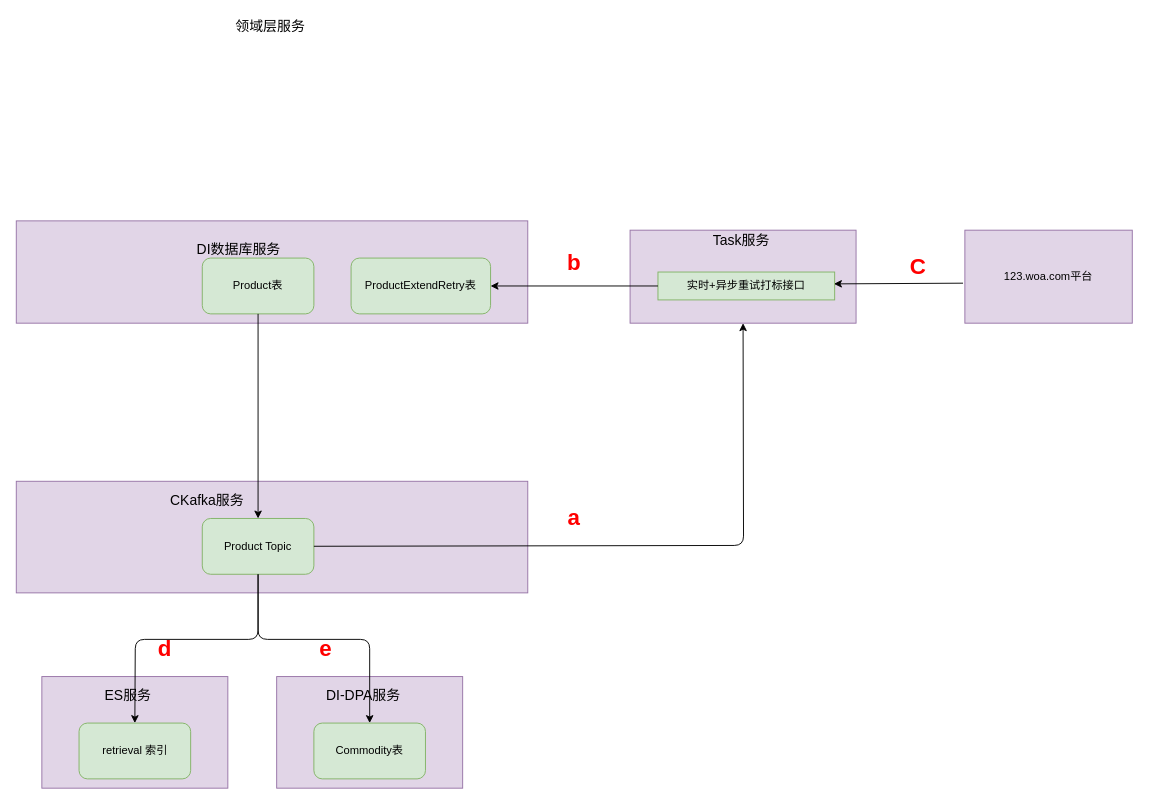
The draw.io diagram 中央商品库打表数据同步.drawio in weizheng1990s/Diagram, before the edit. Source tidied: cells renumbered, new cells numbered last; positions are measured from the earlier drawing's top-left corner, leaving out a move shared by most shapes. Both pictures are drawn from the tidied source at 93%, with x=0, y=0 at pixel (16, 16).
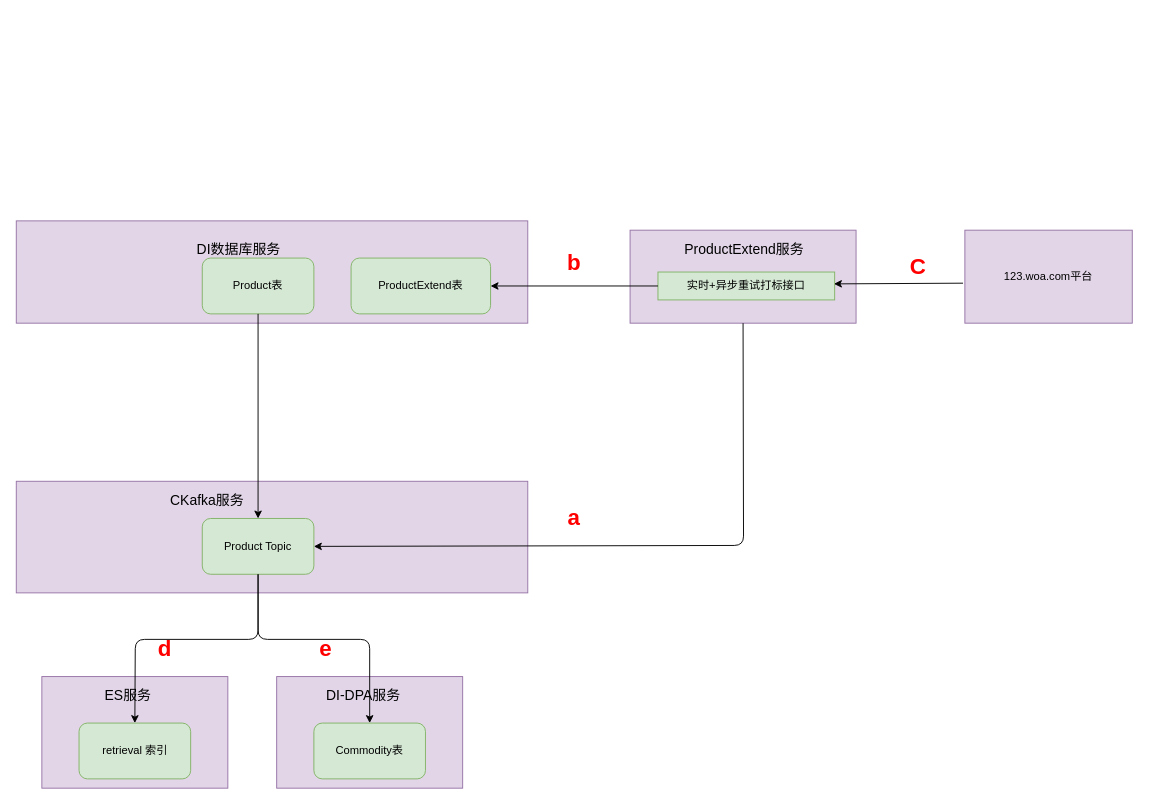
The same page after the edit.

Commit message:
Update 中央商品库打表数据同步.drawio

Unchanged cells that the change refers to:
```xml
<mxCell id="7" style="rounded=0;whiteSpace=wrap;html=1;fillColor=#e1d5e7;strokeColor=#9673a6;" parent="1" vertex="1">
  <mxGeometry x="660" y="230" width="243" height="100" as="geometry" />
</mxCell>
<mxCell id="18" value="Product Topic" style="rounded=1;whiteSpace=wrap;html=1;fillColor=#d5e8d4;strokeColor=#82b366;" parent="1" vertex="1">
  <mxGeometry x="200" y="540" width="120" height="60" as="geometry" />
</mxCell>
```

Diff of the diagram source:
```diff
@@
-    <mxCell id="4" value="ProductExtendRetry表" style="rounded=1;whiteSpace=wrap;html=1;fillColor=#d5e8d4;strokeColor=#82b366;" parent="1" vertex="1">
+    <mxCell id="4" value="ProductExtend表" style="rounded=1;whiteSpace=wrap;html=1;fillColor=#d5e8d4;strokeColor=#82b366;" parent="1" vertex="1">
       <mxGeometry x="360" y="260" width="150" height="60" as="geometry" />
     </mxCell>
@@
-    <mxCell id="9" value="领域层服务&amp;nbsp;" style="text;html=1;strokeColor=none;fillColor=none;align=center;verticalAlign=middle;whiteSpace=wrap;rounded=0;fontSize=15;" parent="1" vertex="1">
-      <mxGeometry x="227.5" width="95" height="20" as="geometry" />
-    </mxCell>
@@
-    <mxCell id="11" value="Task服务&amp;nbsp;" style="text;html=1;strokeColor=none;fillColor=none;align=center;verticalAlign=middle;whiteSpace=wrap;rounded=0;fontSize=15;" parent="1" vertex="1">
-      <mxGeometry x="742.5" y="230" width="78" height="20" as="geometry" />
+    <mxCell id="11" value="ProductExtend服务&amp;nbsp;" style="text;html=1;strokeColor=none;fillColor=none;align=center;verticalAlign=middle;whiteSpace=wrap;rounded=0;fontSize=15;" parent="1" vertex="1">
+      <mxGeometry x="681.2" y="240" width="207.5" height="20" as="geometry" />
     </mxCell>
@@
-    <mxCell id="25" style="endArrow=classic;html=1;entryX=0.5;entryY=1;entryDx=0;entryDy=0;" parent="1" edge="1" source="18" target="7">
+    <mxCell id="25" style="endArrow=classic;html=1;exitX=0.5;exitY=1;exitDx=0;exitDy=0;entryX=1;entryY=0.5;entryDx=0;entryDy=0;" parent="1" edge="1" source="7" target="18">
       <mxGeometry relative="1" as="geometry">
         <Array as="points">
           <mxPoint x="782" y="569" />
         </Array>
       </mxGeometry>
     </mxCell>
```
